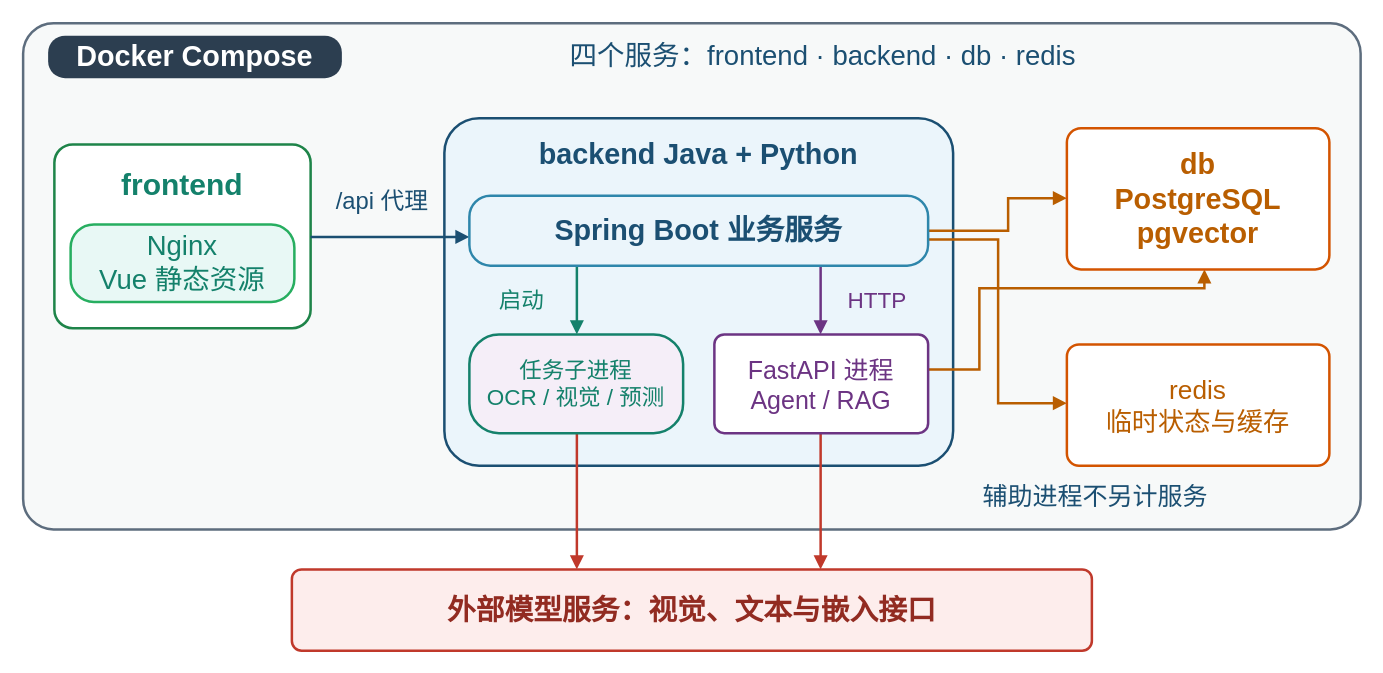
The draw.io diagram paper/原图风格修订/figures/fig3-4.drawio in LCJM-85/ArchiveBridge, before the edit. Source tidied: cells renumbered, new cells numbered last; positions are measured from the earlier drawing's top-left corner, leaving out a move shared by most shapes. Both pictures are drawn from the tidied source at 125%, with x=0, y=0 at pixel (22, 22).
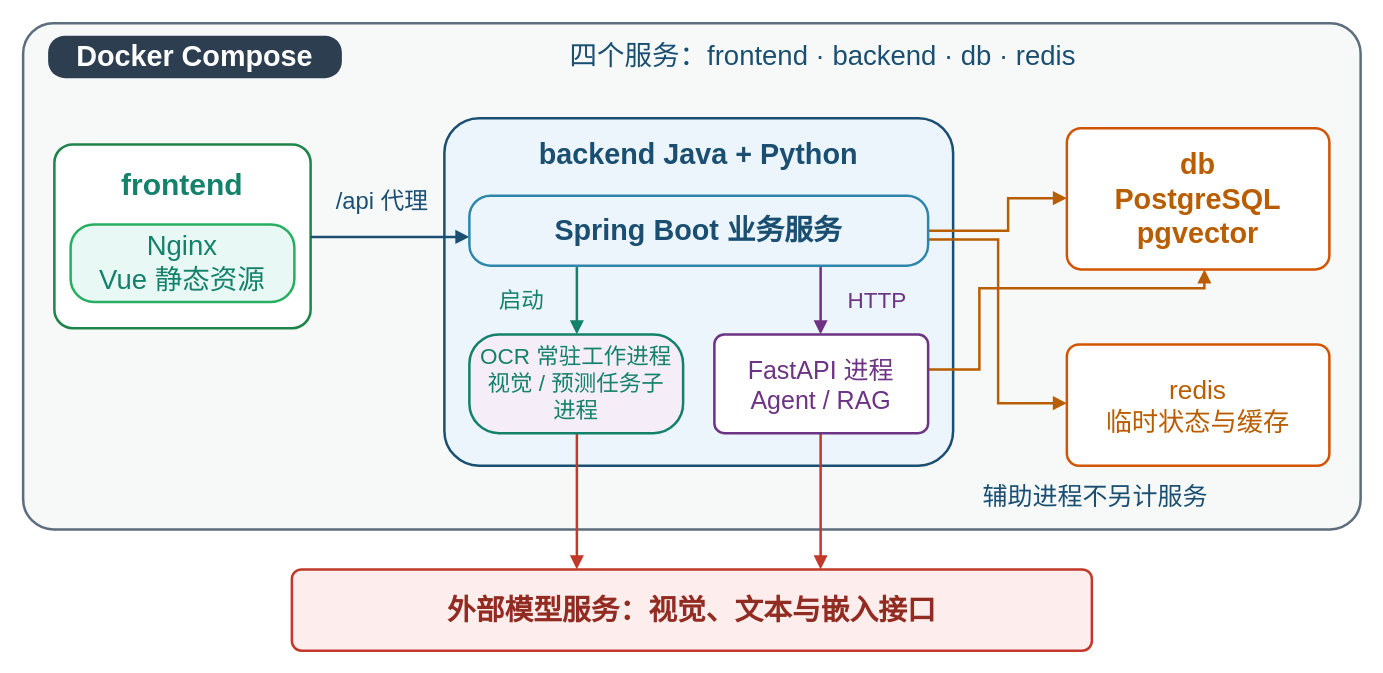
Above is the later version.

What changed in the source:
```diff
@@
-    <mxCell id="19" value="任务子进程&lt;br&gt;OCR / 视觉 / 预测" style="rounded=1;whiteSpace=wrap;html=1;arcSize=30;fillColor=#F5EEF8;strokeColor=#14816B;strokeWidth=2;fontColor=#14816B;fontFamily=Microsoft YaHei;fontSize=18;align=center;verticalAlign=middle;fontStyle=0;spacing=8;dashed=0;" parent="1" vertex="1">
+    <mxCell id="19" value="OCR 常驻工作进程&lt;br&gt;视觉 / 预测任务子进程" style="rounded=1;whiteSpace=wrap;html=1;arcSize=30;fillColor=#F5EEF8;strokeColor=#14816B;strokeWidth=2;fontColor=#14816B;fontFamily=Microsoft YaHei;fontSize=18;align=center;verticalAlign=middle;fontStyle=0;spacing=8;dashed=0;" parent="1" vertex="1">
       <mxGeometry x="357" y="249" width="171" height="79" as="geometry" />
     </mxCell>
```
